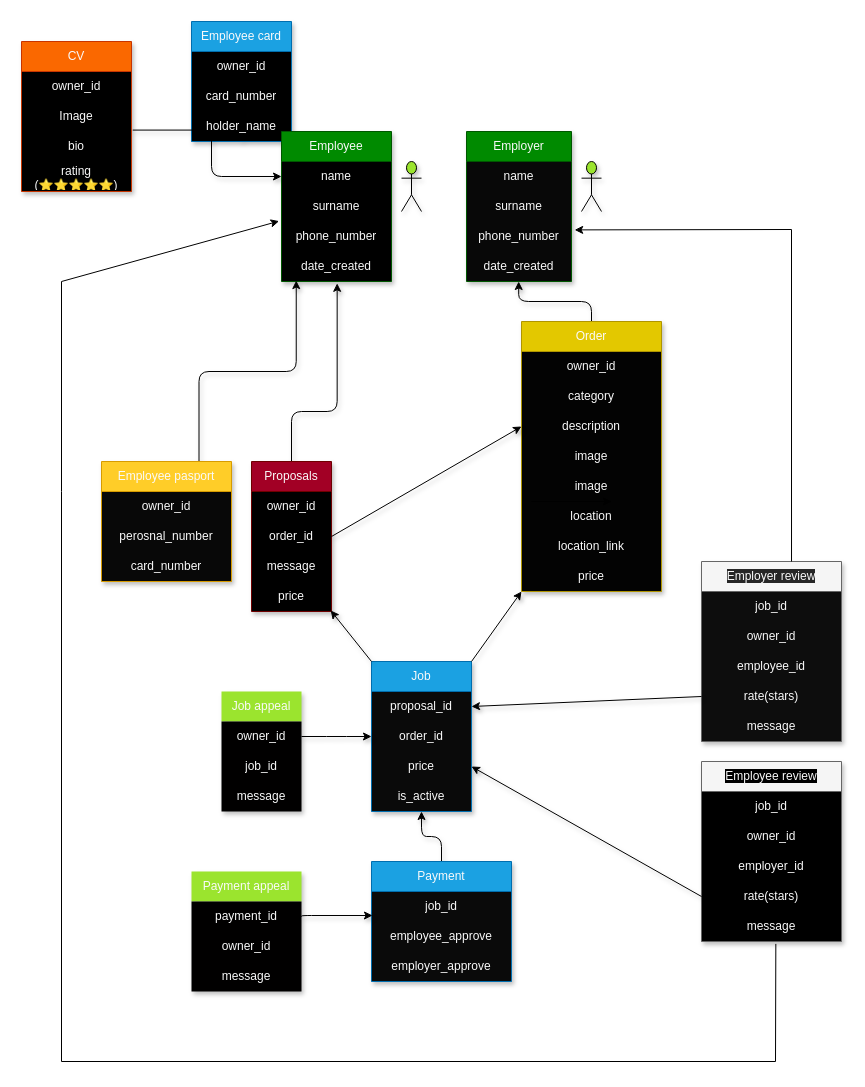
The draw.io diagram draw.drawio in Labbay-Hizmatizda/main-project, before the edit. Source tidied: cells renumbered, new cells numbered last; positions are measured from the earlier drawing's top-left corner, leaving out a move shared by most shapes. Both pictures are drawn from the tidied source at 100%, with x=0, y=0 at pixel (21, 21).
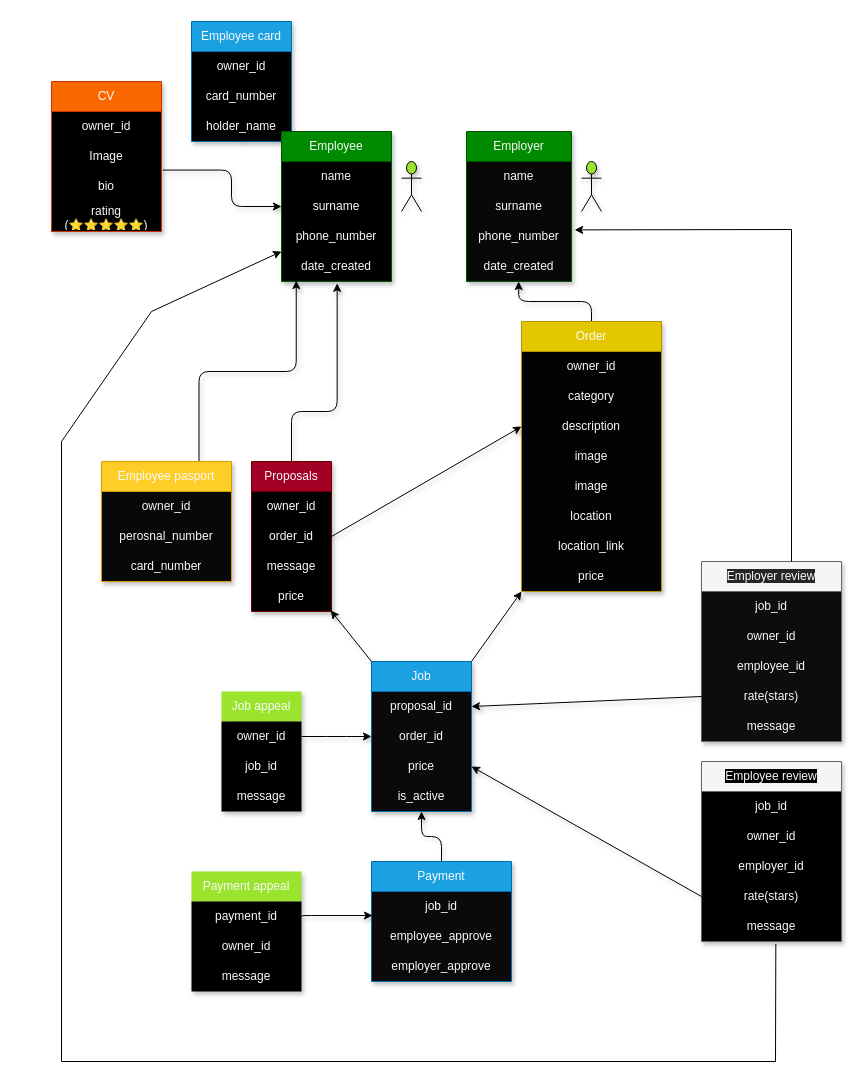
The same diagram, later.

Unchanged cells that the change refers to:
```xml
<mxCell id="8" value="name" style="text;strokeColor=none;fillColor=none;align=center;verticalAlign=middle;spacingLeft=4;spacingRight=4;overflow=hidden;points=[[0,0.5],[1,0.5]];portConstraint=eastwest;whiteSpace=wrap;html=1;labelBackgroundColor=none;fontColor=#fafafa;shadow=1;" parent="7" vertex="1">
  <mxGeometry y="30" width="110" height="30" as="geometry" />
</mxCell>
<mxCell id="9" value="surname" style="text;strokeColor=none;fillColor=none;align=center;verticalAlign=middle;spacingLeft=4;spacingRight=4;overflow=hidden;points=[[0,0.5],[1,0.5]];portConstraint=eastwest;whiteSpace=wrap;html=1;labelBackgroundColor=none;fontColor=#fafafa;shadow=1;" parent="7" vertex="1">
  <mxGeometry y="60" width="110" height="30" as="geometry" />
</mxCell>
<mxCell id="10" value="phone_number" style="text;strokeColor=none;fillColor=none;align=center;verticalAlign=middle;spacingLeft=4;spacingRight=4;overflow=hidden;points=[[0,0.5],[1,0.5]];portConstraint=eastwest;whiteSpace=wrap;html=1;labelBackgroundColor=none;fontColor=#fafafa;shadow=1;" parent="7" vertex="1">
  <mxGeometry y="90" width="110" height="30" as="geometry" />
</mxCell>
<mxCell id="59" value="bio" style="text;strokeColor=none;fillColor=none;align=center;verticalAlign=middle;spacingLeft=4;spacingRight=4;overflow=hidden;points=[[0,0.5],[1,0.5]];portConstraint=eastwest;whiteSpace=wrap;html=1;fillStyle=cross-hatch;fontColor=#fafafa;labelBackgroundColor=none;shadow=1;" parent="56" vertex="1">
  <mxGeometry y="90" width="110" height="30" as="geometry" />
</mxCell>
<mxCell id="81" value="message" style="text;strokeColor=none;fillColor=none;align=center;verticalAlign=middle;spacingLeft=4;spacingRight=4;overflow=hidden;points=[[0,0.5],[1,0.5]];portConstraint=eastwest;whiteSpace=wrap;html=1;labelBackgroundColor=none;fontColor=#fafafa;shadow=1;" parent="76" vertex="1">
  <mxGeometry y="150" width="140" height="30" as="geometry" />
</mxCell>
```

The edit, as a diff of the source:
```diff
@@
     <mxCell id="56" value="CV" style="swimlane;fontStyle=0;horizontal=1;startSize=30;whiteSpace=wrap;html=1;fillStyle=auto;fontColor=#fafafa;fillColor=#fa6800;strokeColor=#C73500;swimlaneFillColor=#000000;align=center;labelBackgroundColor=none;shadow=1;" parent="1" vertex="1">
-      <mxGeometry y="20" width="110" height="150" as="geometry" />
+      <mxGeometry x="30" y="60" width="110" height="150" as="geometry" />
     </mxCell>
@@
-    <mxCell id="73" style="edgeStyle=elbowEdgeStyle;html=1;fontColor=#fafafa;align=center;labelBackgroundColor=none;shadow=1;exitX=1.011;exitY=-0.047;exitDx=0;exitDy=0;exitPerimeter=0;entryX=0;entryY=0.5;entryDx=0;entryDy=0;" parent="1" edge="1" source="59" target="8">
+    <mxCell id="73" style="edgeStyle=elbowEdgeStyle;html=1;fontColor=#fafafa;align=center;labelBackgroundColor=none;shadow=1;exitX=1.011;exitY=-0.047;exitDx=0;exitDy=0;exitPerimeter=0;entryX=0;entryY=0.5;entryDx=0;entryDy=0;" parent="1" edge="1" source="59" target="9">
       <mxGeometry relative="1" as="geometry">
         <Array as="points">
-          <mxPoint x="190" y="120" />
+          <mxPoint x="210" y="160" />
         </Array>
       </mxGeometry>
     </mxCell>
@@
-    <mxCell id="84" style="endArrow=classic;html=1;rounded=0;entryX=-0.022;entryY=-0.013;entryDx=0;entryDy=0;entryPerimeter=0;exitX=0.531;exitY=1.08;exitDx=0;exitDy=0;exitPerimeter=0;" parent="1" edge="1" source="81" target="10">
+    <mxCell id="84" style="endArrow=classic;html=1;rounded=0;exitX=0.531;exitY=1.08;exitDx=0;exitDy=0;exitPerimeter=0;" parent="1" edge="1" source="81">
       <mxGeometry relative="1" as="geometry">
+        <mxPoint x="260" y="230" as="targetPoint" />
         <Array as="points">
           <mxPoint x="754" y="1040" />
           <mxPoint x="40" y="1040" />
-          <mxPoint x="40" y="470" />
-          <mxPoint x="40" y="260" />
+          <mxPoint x="40" y="420" />
+          <mxPoint x="130" y="290" />
         </Array>
       </mxGeometry>
     </mxCell>
```
